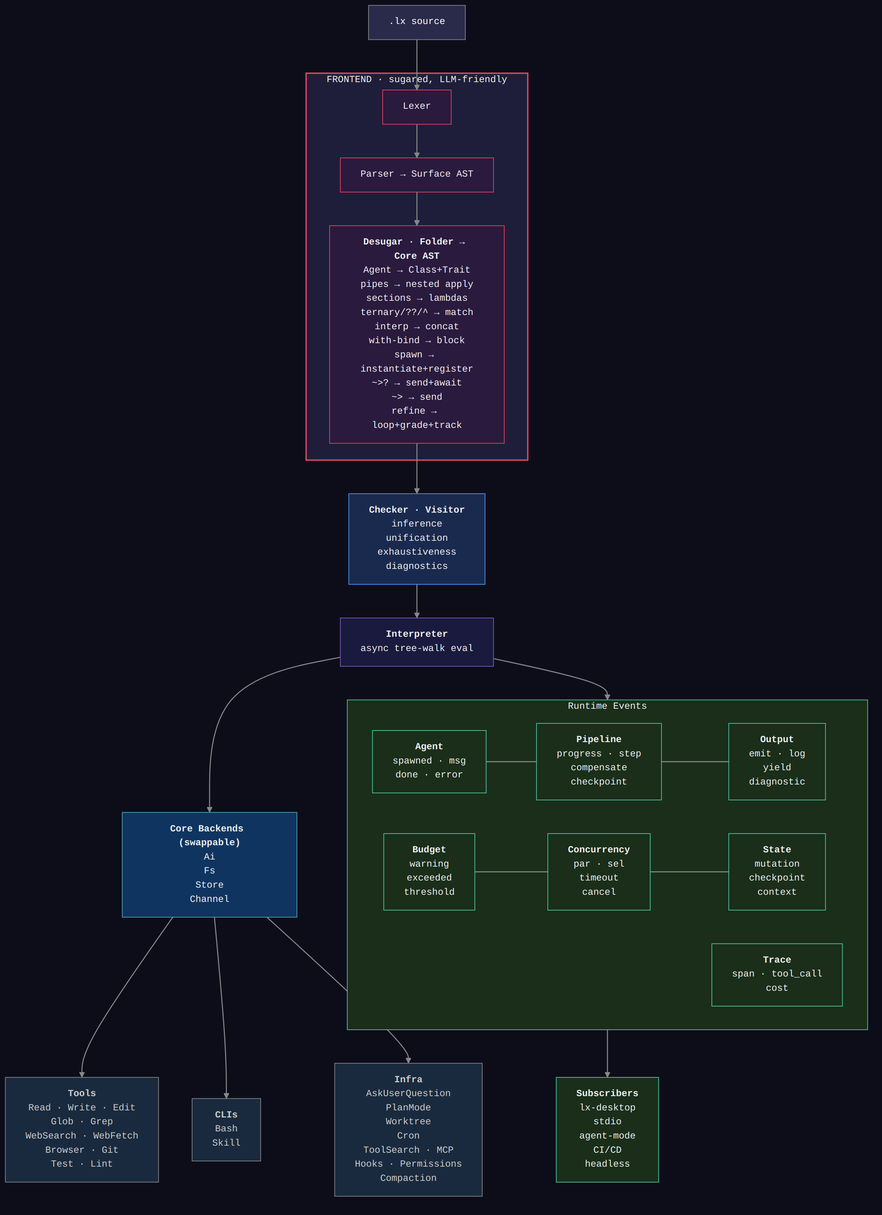
This is DIAGRAM.png from Distortedlogic/lx, a Mermaid export, as it was before one commit. Its source is kept beside it as DIAGRAM.mmd.
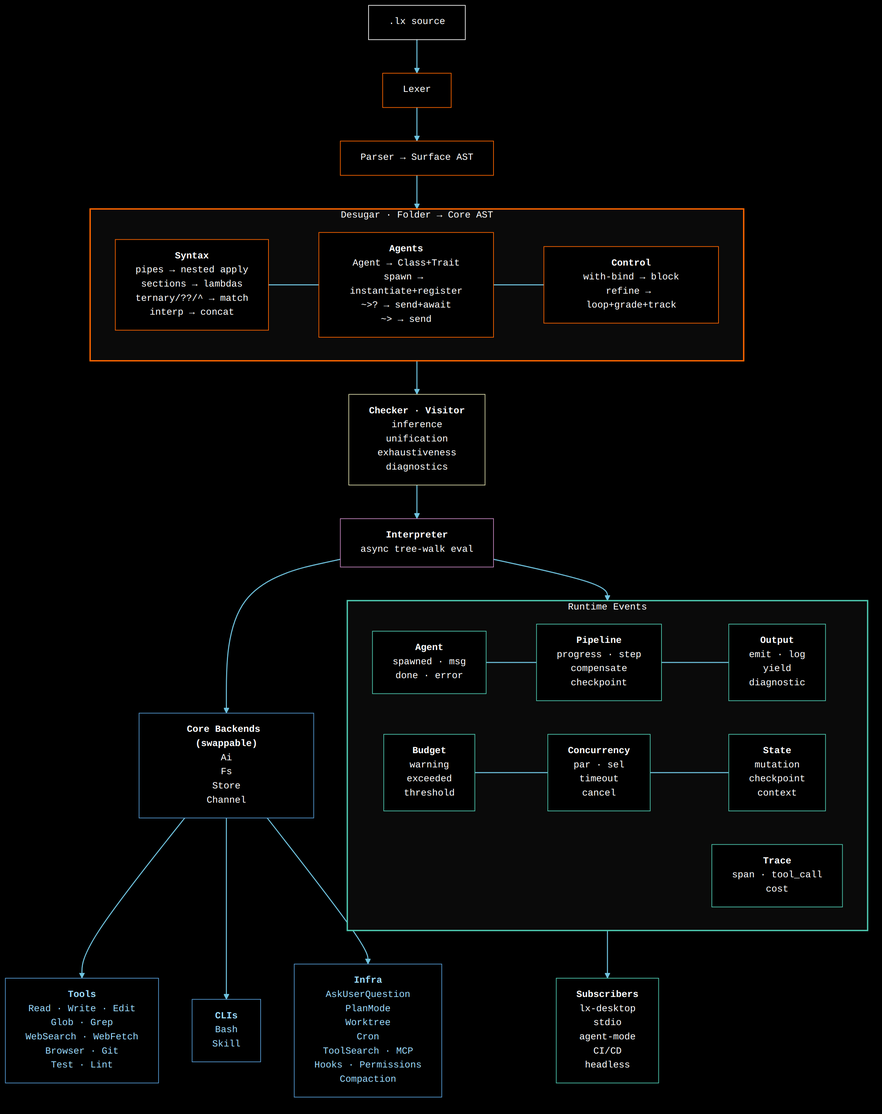
After the commit.

What changed in the source:
```diff
@@ -1,25 +1,30 @@
-%%{init: {'theme': 'dark', 'themeVariables': {'primaryColor': '#2a2a4a', 'primaryTextColor': '#e0e0e0', 'primaryBorderColor': '#555', 'lineColor': '#888', 'fontSize': '14px', 'fontFamily': 'monospace'}}}%%
+%%{init: {'theme': 'dark', 'themeVariables': {'primaryColor': '#000000', 'primaryTextColor': '#ffffff', 'primaryBorderColor': '#6fc3df', 'lineColor': '#6fc3df', 'fontSize': '14px', 'fontFamily': 'monospace'}}}%%
 
 graph TD
     source[".lx source"]
+    source --> lexer["Lexer"]
+    lexer --> parser["Parser → Surface AST"]
+    parser --> desugars
 
-    subgraph FRONTEND ["FRONTEND · sugared, LLM-friendly"]
-        lexer["Lexer"] --> parser["Parser → Surface AST"]
-        parser --> desugar["`**Desugar · Folder → Core AST**
-Agent → Class+Trait
+    subgraph desugars ["Desugar · Folder → Core AST"]
+        direction LR
+        ds_syntax["`**Syntax**
 pipes → nested apply
 sections → lambdas
 ternary/??/^ → match
-interp → concat
-with-bind → block
+interp → concat`"]
+        ds_agents["`**Agents**
+Agent → Class+Trait
 spawn → instantiate+register
 ~>? → send+await
-~> → send
+~> → send`"]
+        ds_control["`**Control**
+with-bind → block
 refine → loop+grade+track`"]
+        ds_syntax ~~~ ds_agents ~~~ ds_control
     end
 
-    source --> lexer
-    desugar --> checker["`**Checker · Visitor**
+    desugars --> checker["`**Checker · Visitor**
 inference
 unification
 exhaustiveness
@@ -32,7 +37,6 @@
 Fs
 Store
 Channel`"]
-
     interpreter --> events
 
     subgraph events ["Runtime Events"]
@@ -48,7 +52,6 @@
 emit · log
 yield
 diagnostic`"]
-
         evt_budget["`**Budget**
 warning
 exceeded
@@ -61,11 +64,9 @@
 mutation
 checkpoint
 context`"]
-
         evt_trace["`**Trace**
 span · tool_call
 cost`"]
-
         evt_agent ~~~ evt_pipeline ~~~ evt_output
         evt_budget ~~~ evt_concurrency ~~~ evt_state
     end
@@ -95,25 +96,27 @@
 CI/CD
 headless`"]
 
-    style FRONTEND fill:#1e1e3a,stroke:#e94560,color:#eee,stroke-width:2px
-    style source fill:#2a2a4a,stroke:#888,color:#fff
-    style lexer fill:#2a1a3e,stroke:#e94560,color:#eee
-    style parser fill:#2a1a3e,stroke:#e94560,color:#eee
-    style desugar fill:#2a1a3e,stroke:#e94560,color:#eee
-    style checker fill:#1a2a4e,stroke:#4a9eff,color:#eee
-    style interpreter fill:#1a1a3e,stroke:#7c5cbf,color:#eee
-    style backends fill:#0f3460,stroke:#53a8b6,color:#eee
-    style tools fill:#1a2a3e,stroke:#888,color:#ccc
-    style clis fill:#1a2a3e,stroke:#888,color:#ccc
-    style infra fill:#1a2a3e,stroke:#888,color:#ccc
-    style events fill:#1a2e1a,stroke:#4ecca3,color:#eee
-    style evt_agent fill:#1a2e1a,stroke:#4ecca3,color:#eee
-    style evt_pipeline fill:#1a2e1a,stroke:#4ecca3,color:#eee
-    style evt_output fill:#1a2e1a,stroke:#4ecca3,color:#eee
-    style evt_budget fill:#1a2e1a,stroke:#4ecca3,color:#eee
-    style evt_concurrency fill:#1a2e1a,stroke:#4ecca3,color:#eee
-    style evt_state fill:#1a2e1a,stroke:#4ecca3,color:#eee
-    style evt_trace fill:#1a2e1a,stroke:#4ecca3,color:#eee
-    style subs fill:#1a2e1a,stroke:#4ecca3,color:#eee
+    style source fill:#000,stroke:#fff,color:#fff
+    style lexer fill:#000,stroke:#ff6600,color:#fff
+    style parser fill:#000,stroke:#ff6600,color:#fff
+    style desugars fill:#0a0a0a,stroke:#ff6600,color:#fff,stroke-width:2px
+    style ds_syntax fill:#000,stroke:#ff6600,color:#fff
+    style ds_agents fill:#000,stroke:#ff6600,color:#fff
+    style ds_control fill:#000,stroke:#ff6600,color:#fff
+    style checker fill:#000,stroke:#dcdcaa,color:#fff
+    style interpreter fill:#000,stroke:#c586c0,color:#fff
+    style backends fill:#000,stroke:#569cd6,color:#fff
+    style tools fill:#000,stroke:#569cd6,color:#9cdcfe
+    style clis fill:#000,stroke:#569cd6,color:#9cdcfe
+    style infra fill:#000,stroke:#569cd6,color:#9cdcfe
+    style events fill:#0a0a0a,stroke:#4ec9b0,color:#fff,stroke-width:2px
+    style evt_agent fill:#000,stroke:#4ec9b0,color:#fff
+    style evt_pipeline fill:#000,stroke:#4ec9b0,color:#fff
+    style evt_output fill:#000,stroke:#4ec9b0,color:#fff
+    style evt_budget fill:#000,stroke:#4ec9b0,color:#fff
+    style evt_concurrency fill:#000,stroke:#4ec9b0,color:#fff
+    style evt_state fill:#000,stroke:#4ec9b0,color:#fff
+    style evt_trace fill:#000,stroke:#4ec9b0,color:#fff
+    style subs fill:#000,stroke:#4ec9b0,color:#fff
 
-    linkStyle default stroke:#888,stroke-width:1.5px
+    linkStyle default stroke:#6fc3df,stroke-width:1.5px
```
